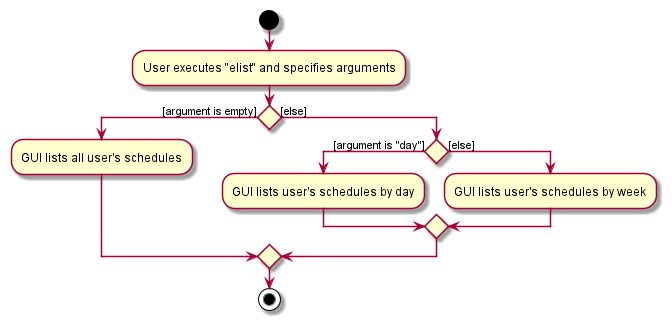
Above: docs/images/ListEntryActivityDiagram.png in nus-cs2103-AY2021S2/tp (PlantUML), before the change.
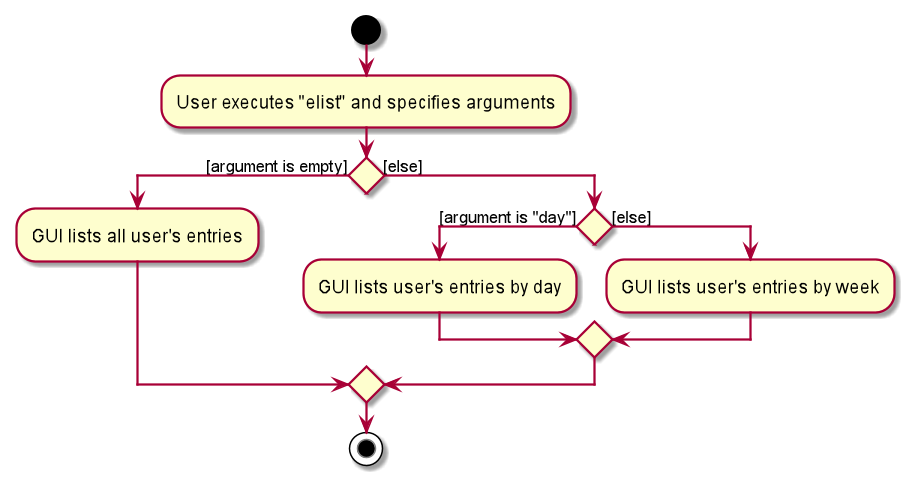
After the commit.

What changed in the source:
```diff
@@ -3,12 +3,12 @@
 :User executes "elist" and specifies arguments;
 
 if () then ([argument is empty])
-    :GUI lists all user's schedules;
+    :GUI lists all user's entries;
 else ([else])
     if () then ([argument is "day"])
-        :GUI lists user's schedules by day;
+        :GUI lists user's entries by day;
     else ([else])
-        :GUI lists user's schedules by week;
+        :GUI lists user's entries by week;
     endif
 endif
 stop
```
